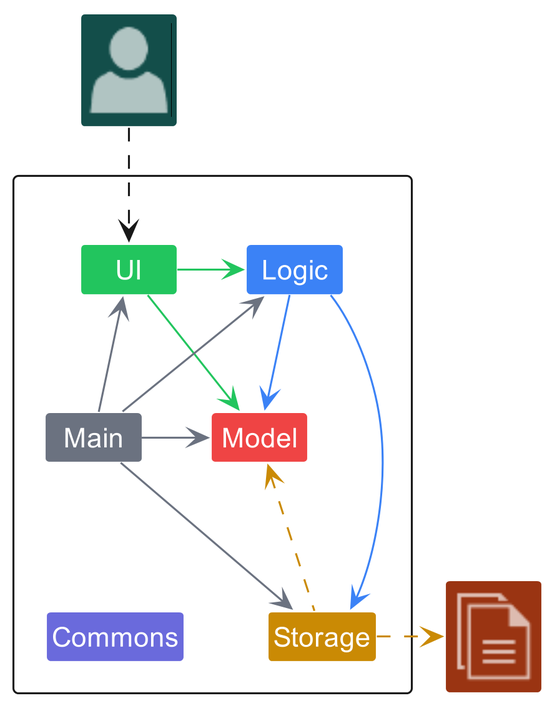
Above: docs/images/ArchitectureDiagram.png in nus-cs2103-AY2223S2/tp (PlantUML), before the change. Its source is kept beside it as docs/diagrams/ArchitectureDiagram.puml.
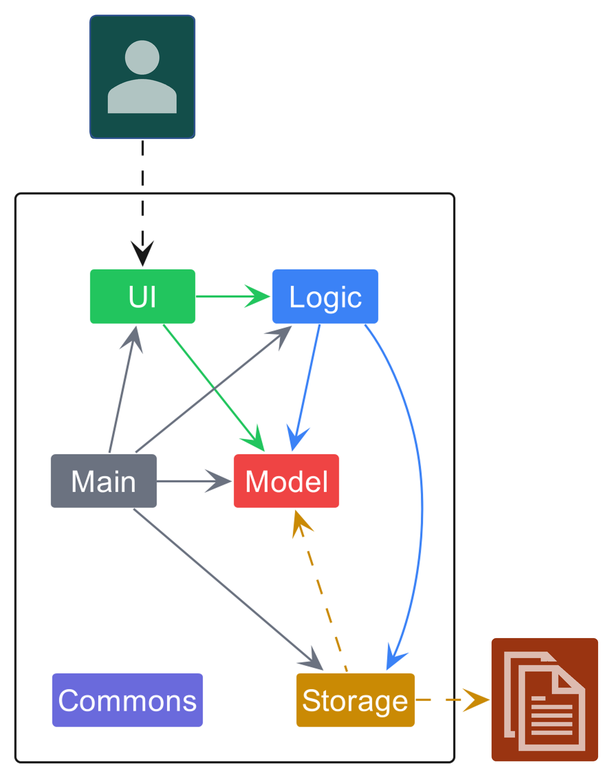
After the commit.

The edit, as a diff of the source:
```diff
@@ -11,6 +11,10 @@
     Class Model MODEL_COLOR
     Class Main MAIN_COLOR
     Class Commons LOGIC_COLOR_T2
+}
+
+skinparam User {
+    border 0
 }
 
 Class "<$user>" as User ARCHI_USER_COLOR
```
